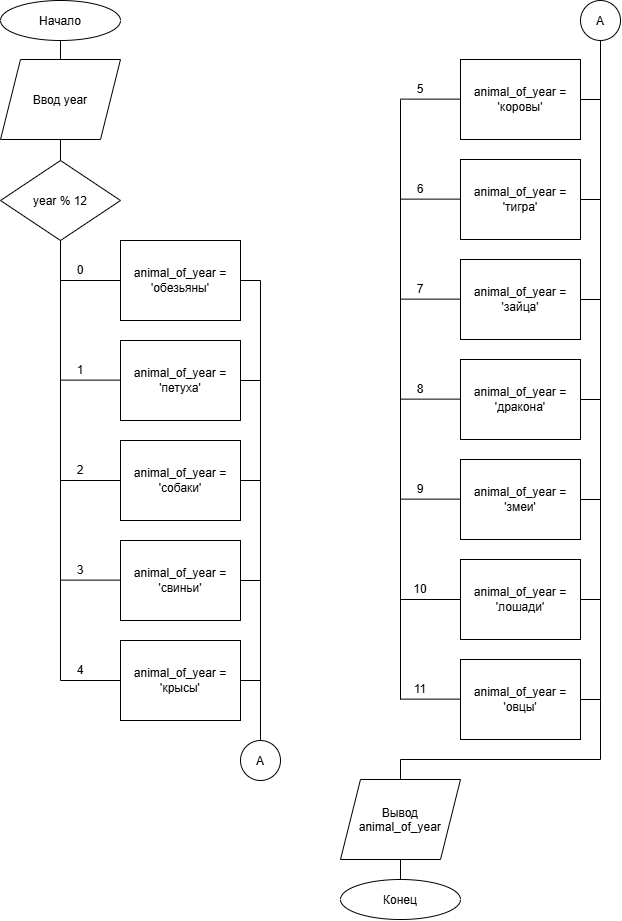
The draw.io diagram for_second.drawio.png in Arisu-py/Python_conditions, before a commit. Source tidied: cells renumbered, new cells last; positions are measured from the earlier drawing's top-left corner, leaving out a move shared by most shapes.
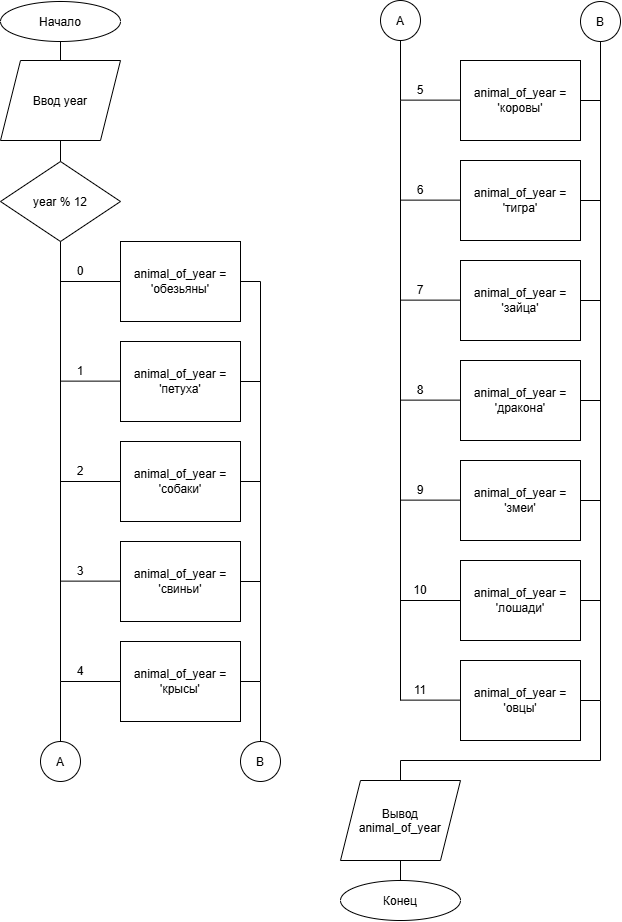
The same diagram one commit later.

Commit message:
one more change for blocks

What changed in the source:
```diff
@@ -211,7 +211,7 @@
     <mxCell id="52" value="11" style="text;html=1;whiteSpace=wrap;strokeColor=none;fillColor=none;align=center;verticalAlign=middle;rounded=0;" parent="1" vertex="1">
       <mxGeometry x="400" y="679" width="40" height="20" as="geometry" />
     </mxCell>
-    <mxCell id="53" value="A" style="ellipse;whiteSpace=wrap;html=1;shapeInside=1;" parent="1" vertex="1">
+    <mxCell id="53" value="B" style="ellipse;whiteSpace=wrap;html=1;shapeInside=1;" parent="1" vertex="1">
       <mxGeometry x="580" width="40" height="40" as="geometry" />
     </mxCell>
     <mxCell id="54" style="endArrow=none;html=1;rounded=0;edgeStyle=orthogonalEdgeStyle;" parent="1" edge="1">
@@ -252,7 +252,7 @@
         <mxPoint x="260" y="680" as="targetPoint" />
       </mxGeometry>
     </mxCell>
-    <mxCell id="62" value="A" style="ellipse;whiteSpace=wrap;html=1;shapeInside=1;" parent="1" vertex="1">
+    <mxCell id="62" value="B" style="ellipse;whiteSpace=wrap;html=1;shapeInside=1;" parent="1" vertex="1">
       <mxGeometry x="240" y="740" width="40" height="40" as="geometry" />
     </mxCell>
     <mxCell id="63" style="endArrow=none;html=1;rounded=0;entryX=0;entryY=1;entryDx=0;entryDy=0;exitX=0;exitY=1;exitDx=0;exitDy=0;" parent="1" edge="1" source="52" target="46">
@@ -268,5 +268,22 @@
         <mxPoint x="600" y="100" as="sourcePoint" />
       </mxGeometry>
     </mxCell>
+    <mxCell id="66" style="endArrow=none;html=1;rounded=0;entryX=0;entryY=1;entryDx=0;entryDy=0;" parent="1" edge="1">
+      <mxGeometry relative="1" as="geometry">
+        <mxPoint x="60" y="740" as="sourcePoint" />
+        <mxPoint x="60" y="680" as="targetPoint" />
+      </mxGeometry>
+    </mxCell>
+    <mxCell id="67" value="A" style="ellipse;whiteSpace=wrap;html=1;shapeInside=1;" parent="1" vertex="1">
+      <mxGeometry x="40" y="740" width="40" height="40" as="geometry" />
+    </mxCell>
+    <mxCell id="68" value="A" style="ellipse;whiteSpace=wrap;html=1;shapeInside=1;" parent="1" vertex="1">
+      <mxGeometry x="380" y="-1" width="40" height="40" as="geometry" />
+    </mxCell>
+    <mxCell id="69" style="endArrow=none;html=1;rounded=0;entryX=0.5;entryY=1;entryDx=0;entryDy=0;" parent="1" edge="1" target="68">
+      <mxGeometry relative="1" as="geometry">
+        <mxPoint x="400" y="99" as="sourcePoint" />
+      </mxGeometry>
+    </mxCell>
   </root>
 </mxGraphModel>
```
